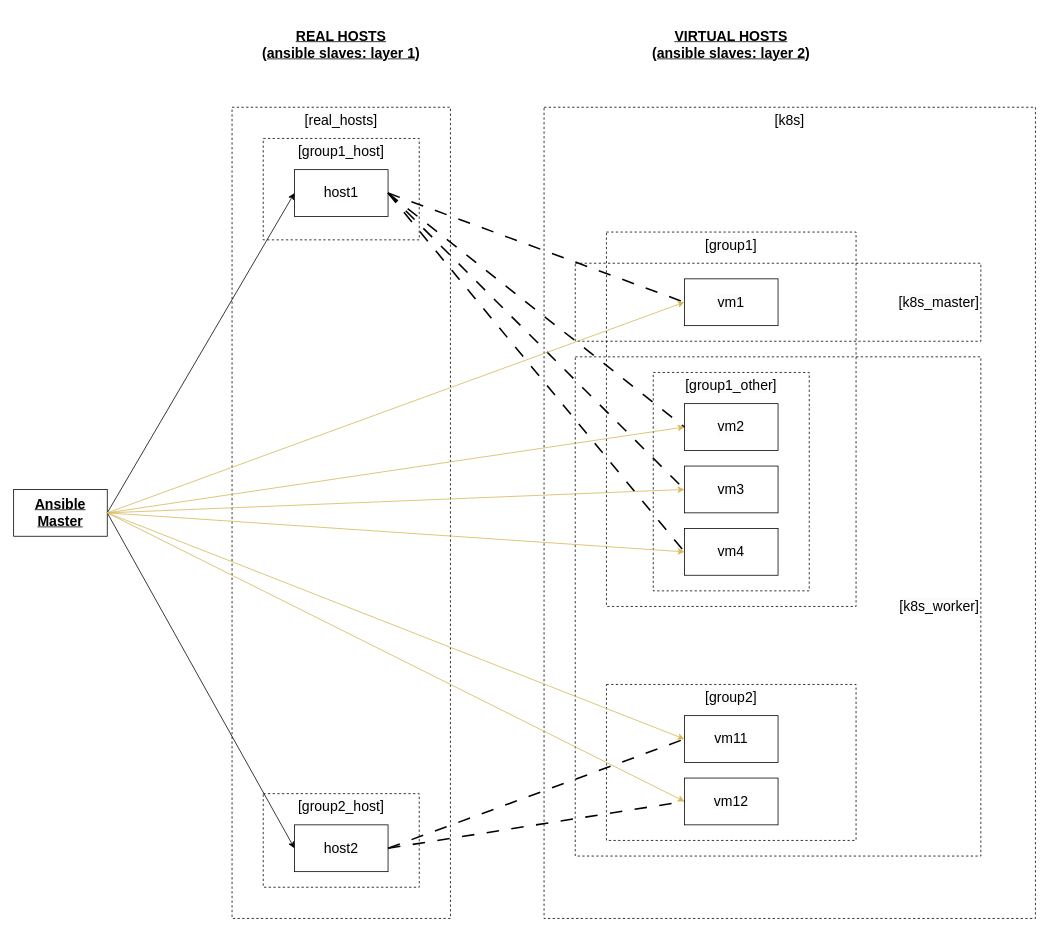
This is one-master-kubeadm/res/k8s_scheme.drawio from ivan-shihantsov/k8sss, a draw.io file, before an edit. Source tidied: cells renumbered, new cells numbered last; positions are measured from the earlier drawing's top-left corner, leaving out a move shared by most shapes. Both pictures are drawn from the tidied source at 78%, with x=0, y=0 at pixel (13, 13).
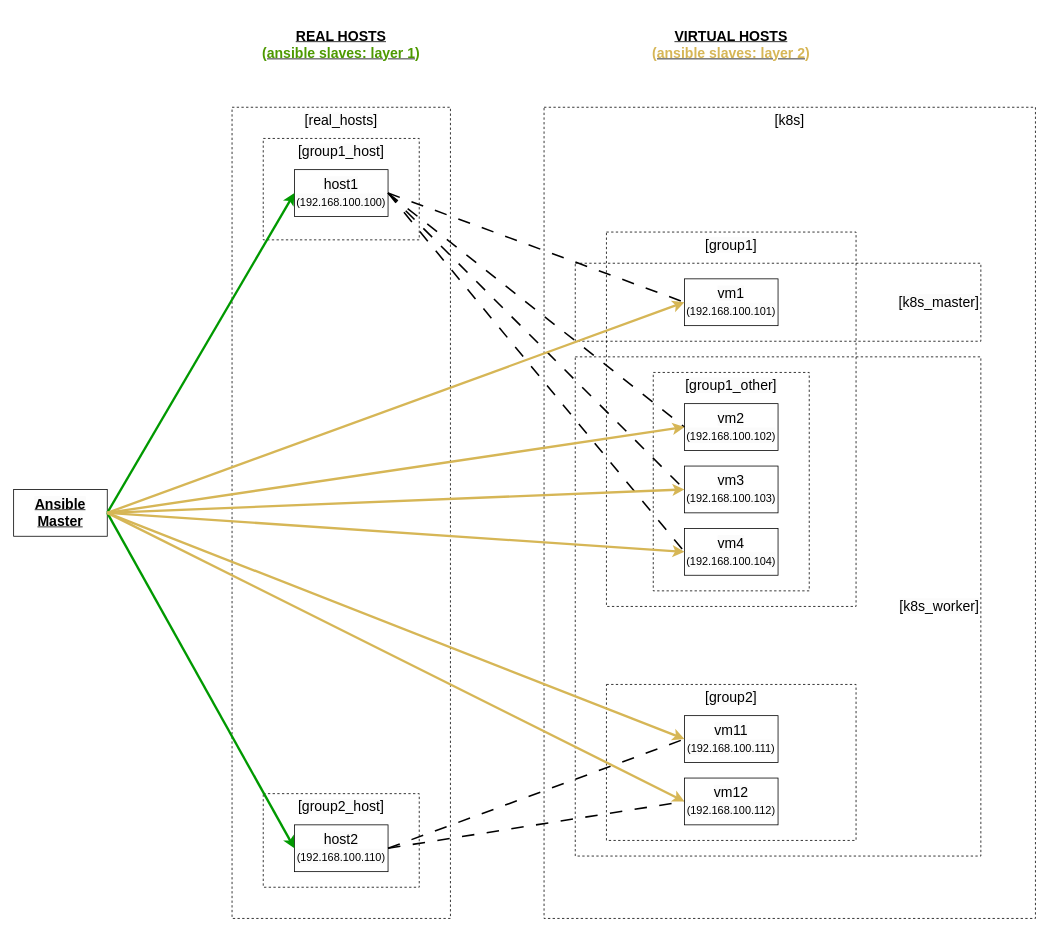
The same page after the edit.

Unchanged cells that the change refers to:
```xml
<mxCell id="11" value="&lt;span style=&quot;background-color: rgb(251, 251, 251);&quot;&gt;Ansible Master&lt;/span&gt;" style="rounded=0;whiteSpace=wrap;html=1;fontSize=18;fontStyle=5;" parent="1" vertex="1">
  <mxGeometry y="610" width="120" height="60" as="geometry" />
</mxCell>
```

The edit, as a diff of the source:
```diff
@@
-    <mxCell id="12" value="&lt;span style=&quot;background-color: rgb(251, 251, 251);&quot;&gt;host1&lt;/span&gt;" style="rounded=0;whiteSpace=wrap;html=1;fontSize=18;" parent="1" vertex="1">
+    <mxCell id="12" value="&lt;span style=&quot;background-color: rgb(251, 251, 251);&quot;&gt;host1&lt;/span&gt;&lt;div&gt;&lt;span style=&quot;background-color: rgb(251, 251, 251);&quot;&gt;&lt;font style=&quot;font-size: 14px;&quot;&gt;(192.168.100.100)&lt;/font&gt;&lt;/span&gt;&lt;/div&gt;" style="rounded=0;whiteSpace=wrap;html=1;fontSize=18;" parent="1" vertex="1">
       <mxGeometry x="360" y="200" width="120" height="60" as="geometry" />
     </mxCell>
-    <mxCell id="13" value="&lt;span style=&quot;background-color: rgb(251, 251, 251);&quot;&gt;host2&lt;/span&gt;" style="rounded=0;whiteSpace=wrap;html=1;fontSize=18;" parent="1" vertex="1">
+    <mxCell id="13" value="&lt;span style=&quot;background-color: rgb(251, 251, 251);&quot;&gt;host2&lt;/span&gt;&lt;div&gt;&lt;span style=&quot;background-color: rgb(251, 251, 251);&quot;&gt;&lt;font style=&quot;font-size: 14px;&quot;&gt;(192.168.100.110)&lt;/font&gt;&lt;/span&gt;&lt;/div&gt;" style="rounded=0;whiteSpace=wrap;html=1;fontSize=18;" parent="1" vertex="1">
       <mxGeometry x="360" y="1040" width="120" height="60" as="geometry" />
     </mxCell>
-    <mxCell id="14" style="endArrow=classic;html=1;rounded=0;entryX=0;entryY=0.5;entryDx=0;entryDy=0;exitX=1;exitY=0.5;exitDx=0;exitDy=0;" parent="1" edge="1" source="11" target="12">
+    <mxCell id="14" style="endArrow=classic;html=1;rounded=0;entryX=0;entryY=0.5;entryDx=0;entryDy=0;exitX=1;exitY=0.5;exitDx=0;exitDy=0;strokeWidth=3;strokeColor=#009900;" parent="1" edge="1" source="11" target="12">
       <mxGeometry relative="1" as="geometry" />
     </mxCell>
-    <mxCell id="15" style="endArrow=classic;html=1;rounded=0;entryX=0;entryY=0.5;entryDx=0;entryDy=0;exitX=1;exitY=0.5;exitDx=0;exitDy=0;" parent="1" edge="1" source="11" target="13">
+    <mxCell id="15" style="endArrow=classic;html=1;rounded=0;entryX=0;entryY=0.5;entryDx=0;entryDy=0;exitX=1;exitY=0.5;exitDx=0;exitDy=0;strokeWidth=3;strokeColor=#009900;" parent="1" edge="1" source="11" target="13">
       <mxGeometry relative="1" as="geometry" />
     </mxCell>
-    <mxCell id="16" value="&lt;span style=&quot;background-color: rgb(251, 251, 251);&quot;&gt;vm1&lt;/span&gt;" style="rounded=0;whiteSpace=wrap;html=1;fontSize=18;" parent="1" vertex="1">
+    <mxCell id="16" value="&lt;span style=&quot;background-color: rgb(251, 251, 251);&quot;&gt;vm1&lt;/span&gt;&lt;div&gt;&lt;span style=&quot;background-color: rgb(251, 251, 251);&quot;&gt;&lt;font style=&quot;font-size: 14px;&quot;&gt;(192.168.100.101)&lt;/font&gt;&lt;/span&gt;&lt;/div&gt;" style="rounded=0;whiteSpace=wrap;html=1;fontSize=18;" parent="1" vertex="1">
       <mxGeometry x="860" y="340" width="120" height="60" as="geometry" />
     </mxCell>
-    <mxCell id="17" value="&lt;span style=&quot;background-color: rgb(251, 251, 251);&quot;&gt;vm2&lt;/span&gt;" style="rounded=0;whiteSpace=wrap;html=1;fontSize=18;" parent="1" vertex="1">
+    <mxCell id="17" value="&lt;span style=&quot;background-color: rgb(251, 251, 251);&quot;&gt;vm2&lt;/span&gt;&lt;div&gt;&lt;span style=&quot;background-color: rgb(251, 251, 251);&quot;&gt;&lt;font style=&quot;font-size: 14px;&quot;&gt;(192.168.100.102)&lt;/font&gt;&lt;/span&gt;&lt;/div&gt;" style="rounded=0;whiteSpace=wrap;html=1;fontSize=18;" parent="1" vertex="1">
       <mxGeometry x="860" y="500" width="120" height="60" as="geometry" />
     </mxCell>
-    <mxCell id="18" value="&lt;span style=&quot;background-color: rgb(251, 251, 251);&quot;&gt;vm3&lt;/span&gt;" style="rounded=0;whiteSpace=wrap;html=1;fontSize=18;" parent="1" vertex="1">
+    <mxCell id="18" value="&lt;span style=&quot;background-color: rgb(251, 251, 251);&quot;&gt;vm3&lt;/span&gt;&lt;div&gt;&lt;span style=&quot;background-color: rgb(251, 251, 251);&quot;&gt;&lt;font style=&quot;font-size: 14px;&quot;&gt;(192.168.100.103)&lt;/font&gt;&lt;/span&gt;&lt;/div&gt;" style="rounded=0;whiteSpace=wrap;html=1;fontSize=18;" parent="1" vertex="1">
       <mxGeometry x="860" y="580" width="120" height="60" as="geometry" />
     </mxCell>
-    <mxCell id="19" value="&lt;span style=&quot;background-color: rgb(251, 251, 251);&quot;&gt;vm4&lt;/span&gt;" style="rounded=0;whiteSpace=wrap;html=1;fontSize=18;" parent="1" vertex="1">
+    <mxCell id="19" value="&lt;span style=&quot;background-color: rgb(251, 251, 251);&quot;&gt;vm4&lt;/span&gt;&lt;div&gt;&lt;span style=&quot;background-color: rgb(251, 251, 251);&quot;&gt;&lt;font style=&quot;font-size: 14px;&quot;&gt;(192.168.100.104)&lt;/font&gt;&lt;/span&gt;&lt;/div&gt;" style="rounded=0;whiteSpace=wrap;html=1;fontSize=18;" parent="1" vertex="1">
       <mxGeometry x="860" y="660" width="120" height="60" as="geometry" />
     </mxCell>
-    <mxCell id="20" value="&lt;span style=&quot;background-color: rgb(251, 251, 251);&quot;&gt;vm11&lt;/span&gt;" style="rounded=0;whiteSpace=wrap;html=1;fontSize=18;" parent="1" vertex="1">
+    <mxCell id="20" value="&lt;span style=&quot;background-color: rgb(251, 251, 251);&quot;&gt;vm11&lt;/span&gt;&lt;div&gt;&lt;span style=&quot;background-color: rgb(251, 251, 251);&quot;&gt;&lt;font style=&quot;font-size: 14px;&quot;&gt;(192.168.100.111)&lt;/font&gt;&lt;/span&gt;&lt;/div&gt;" style="rounded=0;whiteSpace=wrap;html=1;fontSize=18;" parent="1" vertex="1">
       <mxGeometry x="860" y="900" width="120" height="60" as="geometry" />
     </mxCell>
-    <mxCell id="21" value="&lt;span style=&quot;background-color: rgb(251, 251, 251);&quot;&gt;vm12&lt;/span&gt;" style="rounded=0;whiteSpace=wrap;html=1;fontSize=18;" parent="1" vertex="1">
+    <mxCell id="21" value="&lt;span style=&quot;background-color: rgb(251, 251, 251);&quot;&gt;vm12&lt;/span&gt;&lt;div&gt;&lt;span style=&quot;background-color: rgb(251, 251, 251);&quot;&gt;&lt;font style=&quot;font-size: 14px;&quot;&gt;(192.168.100.112)&lt;/font&gt;&lt;/span&gt;&lt;/div&gt;" style="rounded=0;whiteSpace=wrap;html=1;fontSize=18;" parent="1" vertex="1">
       <mxGeometry x="860" y="980" width="120" height="60" as="geometry" />
     </mxCell>
@@
-    <mxCell id="28" value="REAL HOSTS&lt;div&gt;(ansible slaves: layer 1)&lt;/div&gt;" style="text;html=1;align=center;verticalAlign=middle;whiteSpace=wrap;rounded=0;fontStyle=5;fontSize=18;" parent="1" vertex="1">
+    <mxCell id="28" value="REAL HOSTS&lt;div&gt;&lt;font style=&quot;color: rgb(77, 153, 0);&quot;&gt;(ansible slaves: layer 1)&lt;/font&gt;&lt;/div&gt;" style="text;html=1;align=center;verticalAlign=middle;whiteSpace=wrap;rounded=0;fontStyle=5;fontSize=18;" parent="1" vertex="1">
       <mxGeometry x="280" width="280" height="80" as="geometry" />
     </mxCell>
-    <mxCell id="29" value="VIRTUAL HOSTS&lt;div&gt;(ansible slaves: layer 2)&lt;/div&gt;" style="text;html=1;align=center;verticalAlign=middle;whiteSpace=wrap;rounded=0;fontSize=18;fontStyle=5;" parent="1" vertex="1">
+    <mxCell id="29" value="VIRTUAL HOSTS&lt;div&gt;&lt;font style=&quot;color: rgb(214, 182, 86);&quot;&gt;(ansible slaves: layer 2)&lt;/font&gt;&lt;/div&gt;" style="text;html=1;align=center;verticalAlign=middle;whiteSpace=wrap;rounded=0;fontSize=18;fontStyle=5;" parent="1" vertex="1">
       <mxGeometry x="760" width="320" height="80" as="geometry" />
     </mxCell>
-    <mxCell id="30" style="endArrow=classic;html=1;rounded=0;entryX=0;entryY=0.5;entryDx=0;entryDy=0;exitX=1;exitY=0.5;exitDx=0;exitDy=0;fillColor=#fff2cc;strokeColor=#d6b656;gradientColor=#ffd966;" parent="1" edge="1" source="11" target="16">
+    <mxCell id="30" style="endArrow=classic;html=1;rounded=0;entryX=0;entryY=0.5;entryDx=0;entryDy=0;exitX=1;exitY=0.5;exitDx=0;exitDy=0;fillColor=#fff2cc;strokeColor=#d6b656;gradientColor=#ffd966;strokeWidth=3;" parent="1" edge="1" source="11" target="16">
       <mxGeometry relative="1" as="geometry" />
     </mxCell>
-    <mxCell id="31" style="endArrow=classic;html=1;rounded=0;entryX=0;entryY=0.5;entryDx=0;entryDy=0;exitX=1;exitY=0.5;exitDx=0;exitDy=0;fillColor=#fff2cc;strokeColor=#d6b656;gradientColor=#ffd966;" parent="1" edge="1" source="11" target="17">
+    <mxCell id="31" style="endArrow=classic;html=1;rounded=0;entryX=0;entryY=0.5;entryDx=0;entryDy=0;exitX=1;exitY=0.5;exitDx=0;exitDy=0;fillColor=#fff2cc;strokeColor=#d6b656;gradientColor=#ffd966;strokeWidth=3;" parent="1" edge="1" source="11" target="17">
       <mxGeometry relative="1" as="geometry" />
     </mxCell>
-    <mxCell id="32" style="endArrow=classic;html=1;rounded=0;entryX=0;entryY=0.5;entryDx=0;entryDy=0;exitX=1;exitY=0.5;exitDx=0;exitDy=0;fillColor=#fff2cc;strokeColor=#d6b656;gradientColor=#ffd966;" parent="1" edge="1" source="11" target="18">
+    <mxCell id="32" style="endArrow=classic;html=1;rounded=0;entryX=0;entryY=0.5;entryDx=0;entryDy=0;exitX=1;exitY=0.5;exitDx=0;exitDy=0;fillColor=#fff2cc;strokeColor=#d6b656;gradientColor=#ffd966;strokeWidth=3;" parent="1" edge="1" source="11" target="18">
       <mxGeometry relative="1" as="geometry" />
     </mxCell>
-    <mxCell id="33" style="endArrow=classic;html=1;rounded=0;entryX=0;entryY=0.5;entryDx=0;entryDy=0;exitX=1;exitY=0.5;exitDx=0;exitDy=0;fillColor=#fff2cc;strokeColor=#d6b656;gradientColor=#ffd966;" parent="1" edge="1" source="11" target="19">
+    <mxCell id="33" style="endArrow=classic;html=1;rounded=0;entryX=0;entryY=0.5;entryDx=0;entryDy=0;exitX=1;exitY=0.5;exitDx=0;exitDy=0;fillColor=#fff2cc;strokeColor=#d6b656;gradientColor=#ffd966;strokeWidth=3;" parent="1" edge="1" source="11" target="19">
       <mxGeometry relative="1" as="geometry" />
     </mxCell>
-    <mxCell id="34" style="endArrow=classic;html=1;rounded=0;entryX=0;entryY=0.5;entryDx=0;entryDy=0;exitX=1;exitY=0.5;exitDx=0;exitDy=0;fillColor=#fff2cc;strokeColor=#d6b656;gradientColor=#ffd966;" parent="1" edge="1" source="11" target="20">
+    <mxCell id="34" style="endArrow=classic;html=1;rounded=0;entryX=0;entryY=0.5;entryDx=0;entryDy=0;exitX=1;exitY=0.5;exitDx=0;exitDy=0;fillColor=#fff2cc;strokeColor=#d6b656;gradientColor=#ffd966;strokeWidth=3;" parent="1" edge="1" source="11" target="20">
       <mxGeometry relative="1" as="geometry" />
     </mxCell>
-    <mxCell id="35" style="endArrow=classic;html=1;rounded=0;entryX=0;entryY=0.5;entryDx=0;entryDy=0;exitX=1;exitY=0.5;exitDx=0;exitDy=0;fillColor=#fff2cc;strokeColor=#d6b656;gradientColor=#ffd966;" parent="1" edge="1" source="11" target="21">
+    <mxCell id="35" style="endArrow=classic;html=1;rounded=0;entryX=0;entryY=0.5;entryDx=0;entryDy=0;exitX=1;exitY=0.5;exitDx=0;exitDy=0;fillColor=#fff2cc;strokeColor=#d6b656;gradientColor=#ffd966;strokeWidth=3;" parent="1" edge="1" source="11" target="21">
       <mxGeometry relative="1" as="geometry" />
     </mxCell>
```
